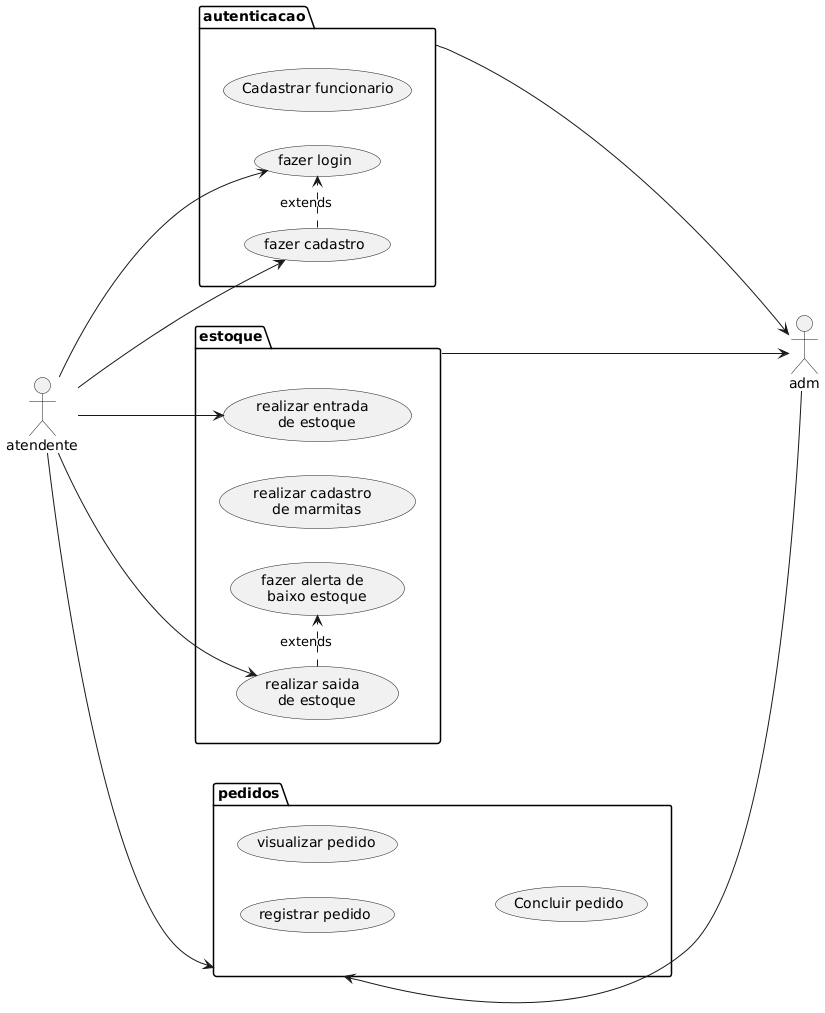
Before: Documentação/Diagramas/Caso de uso/Diagrama de caso de uso.png, a diagram exported from PlantUML (Raphael0305/PI_2_semestre).
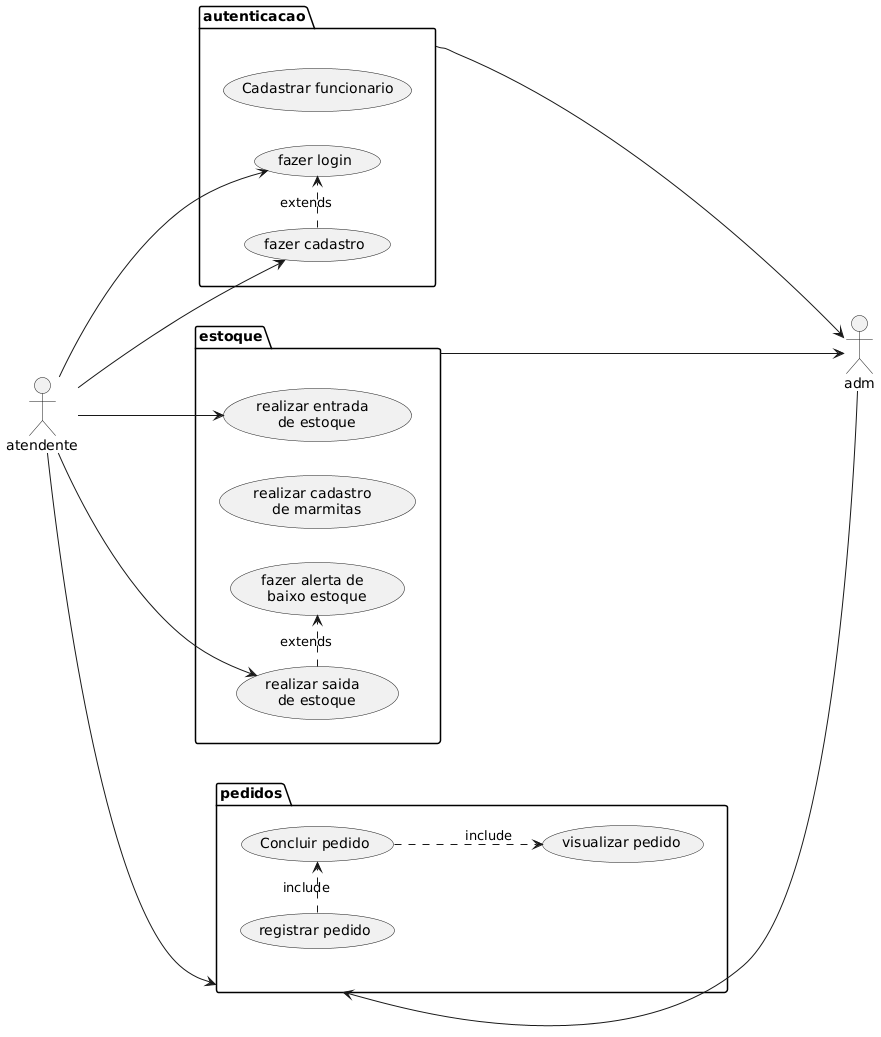
After the change.

Commit message:
Atualizando diagrama de caso de uso

Versão final

The edit, as a diff of the source:
```diff
@@ -42,4 +42,8 @@
 
 (caso5) .> (caso6) : extends
 (caso1) .> (caso2) : extends
+
+
+(caso9) ..>  (caso10) : include
+(caso8) .> (caso9) : include
 @enduml
```
